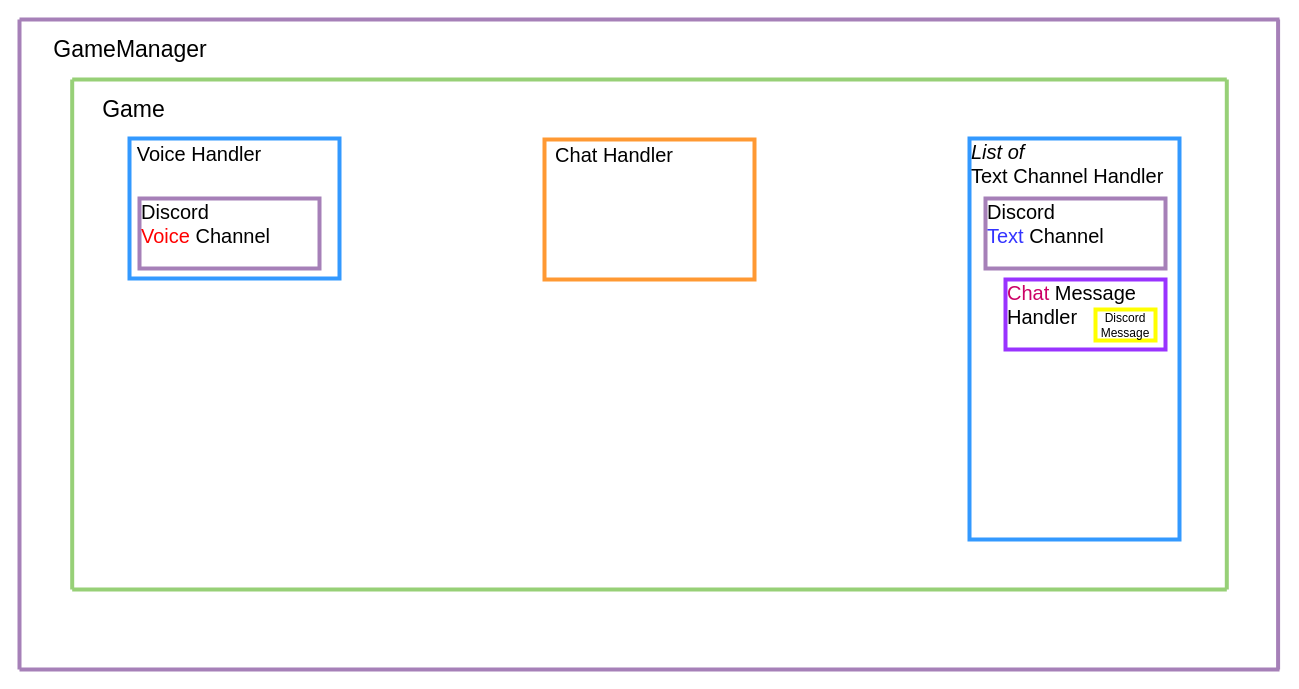
Above: page "General Archticture" (1 of 3) of Docs/Charts.drawio in Liciliy/Avalon-as-a-Discord-BOT (draw.io), before the change. Source tidied: cells renumbered, new cells numbered last; positions are measured from the earlier drawing's top-left corner, leaving out a move shared by most shapes. Both pictures are drawn from the tidied source at 100%, with x=0, y=0 at pixel (19, 19).
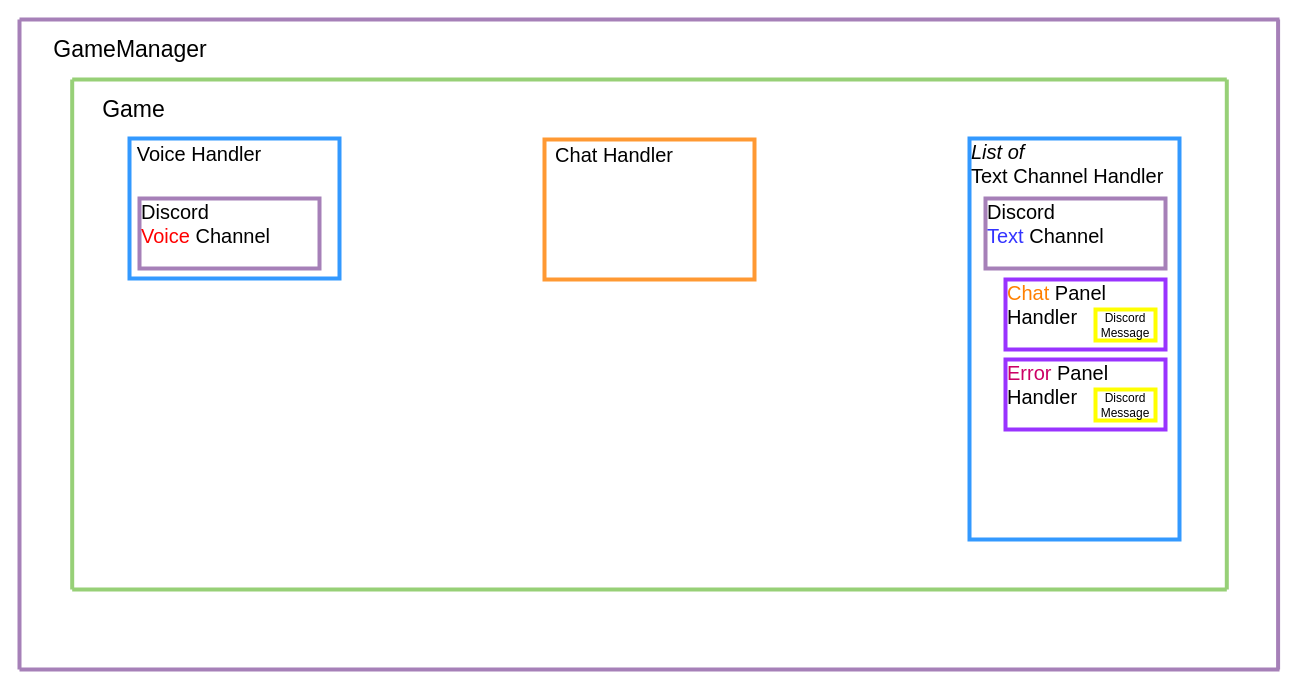
After the change.

The change refers to these unchanged cells:
```xml
<mxCell id="28" style="group;" parent="1" vertex="1">
  <mxGeometry x="986" y="260" width="160" height="70" as="geometry" />
</mxCell>
```

Diff of the diagram source:
```diff
@@
-    <mxCell id="30" value="&lt;font style=&quot;font-size: 20px&quot;&gt;&lt;font color=&quot;#cc0066&quot;&gt;Chat &lt;/font&gt;Message&lt;br&gt;Handler&lt;br&gt;&lt;/font&gt;" style="text;html=1;strokeColor=none;fillColor=none;align=left;verticalAlign=middle;whiteSpace=wrap;rounded=0;strokeWidth=3;" parent="28" vertex="1">
+    <mxCell id="30" value="&lt;font style=&quot;font-size: 20px&quot;&gt;&lt;font color=&quot;#ff8000&quot;&gt;Chat &lt;/font&gt;Panel&lt;br&gt;Handler&lt;br&gt;&lt;/font&gt;" style="text;html=1;strokeColor=none;fillColor=none;align=left;verticalAlign=middle;whiteSpace=wrap;rounded=0;strokeWidth=3;" parent="28" vertex="1">
       <mxGeometry width="140" height="50" as="geometry" />
     </mxCell>
@@
+    <mxCell id="32" style="group;" parent="1" vertex="1">
+      <mxGeometry x="986" y="340" width="160" height="70" as="geometry" />
+    </mxCell>
+    <mxCell id="33" style="rounded=0;whiteSpace=wrap;html=1;strokeColor=#9933FF;strokeWidth=4;fillColor=none;" parent="32" vertex="1">
+      <mxGeometry width="160" height="70" as="geometry" />
+    </mxCell>
+    <mxCell id="34" value="&lt;font style=&quot;font-size: 20px&quot;&gt;&lt;font color=&quot;#cc0066&quot;&gt;Error&amp;nbsp;&lt;/font&gt;Panel&lt;br&gt;Handler&lt;br&gt;&lt;/font&gt;" style="text;html=1;strokeColor=none;fillColor=none;align=left;verticalAlign=middle;whiteSpace=wrap;rounded=0;strokeWidth=3;" parent="32" vertex="1">
+      <mxGeometry width="140" height="50" as="geometry" />
+    </mxCell>
+    <mxCell id="35" value="&lt;font style=&quot;font-size: 12px&quot;&gt;Discord&lt;br&gt;Message&lt;/font&gt;" style="rounded=0;whiteSpace=wrap;html=1;strokeColor=#FFFF00;strokeWidth=4;fillColor=none;" parent="32" vertex="1">
+      <mxGeometry x="90" y="30" width="60" height="31" as="geometry" />
+    </mxCell>
```
